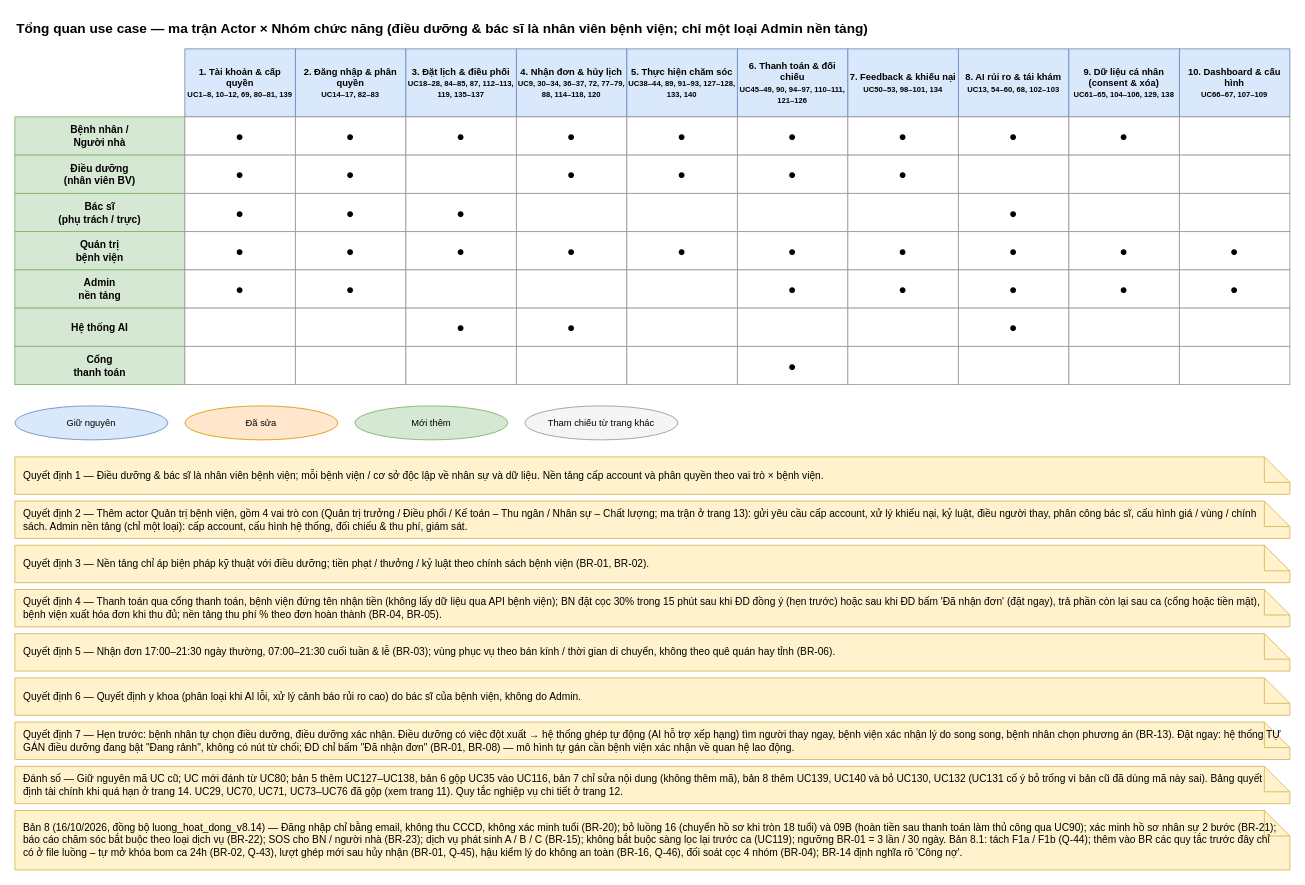
Above: page "0. Tong quan" (1 of 15) of docs/design/use_case_diagram.drawio in NguyenHuuPhuc-Dev21/HealthCareSystem (draw.io), before the change. Source tidied: cells renumbered, new cells numbered last; positions are measured from the earlier drawing's top-left corner, leaving out a move shared by most shapes. Both pictures are drawn from the tidied source at 85%, with x=0, y=0 at pixel (14, 14).
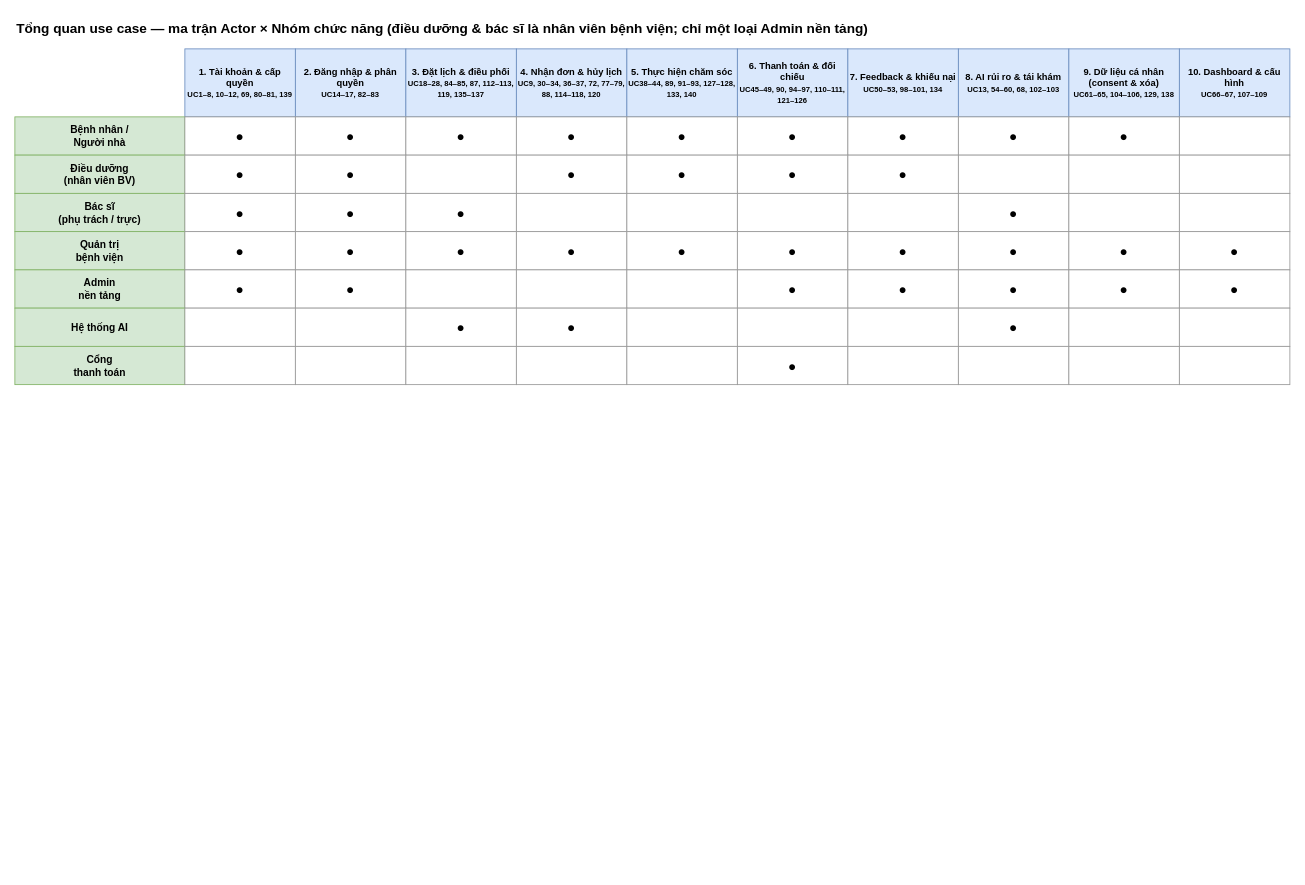
After the change.

Diff of the diagram source:
```diff
@@
-    <mxCell id="90" value="Giữ nguyên" style="ellipse;whiteSpace=wrap;html=1;fillColor=#dae8fc;strokeColor=#6c8ebf;fontSize=11;" parent="1" vertex="1">
-      <mxGeometry y="460" width="180" height="40" as="geometry" />
-    </mxCell>
-    <mxCell id="91" value="Đã sửa" style="ellipse;whiteSpace=wrap;html=1;fillColor=#ffe6cc;strokeColor=#d79b00;fontSize=11;" parent="1" vertex="1">
-      <mxGeometry x="200" y="460" width="180" height="40" as="geometry" />
-    </mxCell>
-    <mxCell id="92" value="Mới thêm" style="ellipse;whiteSpace=wrap;html=1;fillColor=#d5e8d4;strokeColor=#82b366;fontSize=11;" parent="1" vertex="1">
-      <mxGeometry x="400" y="460" width="180" height="40" as="geometry" />
-    </mxCell>
-    <mxCell id="93" value="Tham chiếu từ trang khác" style="ellipse;whiteSpace=wrap;html=1;fillColor=#f5f5f5;strokeColor=#999999;fontSize=11;" parent="1" vertex="1">
-      <mxGeometry x="600" y="460" width="180" height="40" as="geometry" />
-    </mxCell>
-    <mxCell id="94" value="Quyết định 1 — Điều dưỡng &amp; bác sĩ là nhân viên bệnh viện; mỗi bệnh viện / cơ sở độc lập về nhân sự và dữ liệu. Nền tảng cấp account và phân quyền theo vai trò × bệnh viện." style="shape=note;whiteSpace=wrap;html=1;fillColor=#fff2cc;strokeColor=#d6b656;fontSize=12;align=left;spacingLeft=8;spacingRight=8;" parent="1" vertex="1">
-      <mxGeometry y="520" width="1500" height="44" as="geometry" />
-    </mxCell>
-    <mxCell id="95" value="Quyết định 2 — Thêm actor Quản trị bệnh viện, gồm 4 vai trò con (Quản trị trưởng / Điều phối / Kế toán – Thu ngân / Nhân sự – Chất lượng; ma trận ở trang 13): gửi yêu cầu cấp account, xử lý khiếu nại, kỷ luật, điều người thay, phân công bác sĩ, cấu hình giá / vùng / chính sách. Admin nền tảng (chỉ một loại): cấp account, cấu hình hệ thống, đối chiếu &amp; thu phí, giám sát." style="shape=note;whiteSpace=wrap;html=1;fillColor=#fff2cc;strokeColor=#d6b656;fontSize=12;align=left;spacingLeft=8;spacingRight=8;" parent="1" vertex="1">
-      <mxGeometry y="572" width="1500" height="44" as="geometry" />
-    </mxCell>
-    <mxCell id="96" value="Quyết định 3 — Nền tảng chỉ áp biện pháp kỹ thuật với điều dưỡng; tiền phạt / thưởng / kỷ luật theo chính sách bệnh viện (BR-01, BR-02)." style="shape=note;whiteSpace=wrap;html=1;fillColor=#fff2cc;strokeColor=#d6b656;fontSize=12;align=left;spacingLeft=8;spacingRight=8;" parent="1" vertex="1">
-      <mxGeometry y="624" width="1500" height="44" as="geometry" />
-    </mxCell>
-    <mxCell id="97" value="Quyết định 4 — Thanh toán qua cổng thanh toán, bệnh viện đứng tên nhận tiền (không lấy dữ liệu qua API bệnh viện); BN đặt cọc 30% trong 15 phút sau khi ĐD đồng ý (hẹn trước) hoặc sau khi ĐD bấm 'Đã nhận đơn' (đặt ngay), trả phần còn lại sau ca (cổng hoặc tiền mặt), bệnh viện xuất hóa đơn khi thu đủ; nền tảng thu phí % theo đơn hoàn thành (BR-04, BR-05)." style="shape=note;whiteSpace=wrap;html=1;fillColor=#fff2cc;strokeColor=#d6b656;fontSize=12;align=left;spacingLeft=8;spacingRight=8;" parent="1" vertex="1">
-      <mxGeometry y="676" width="1500" height="44" as="geometry" />
-    </mxCell>
-    <mxCell id="98" value="Quyết định 5 — Nhận đơn 17:00–21:30 ngày thường, 07:00–21:30 cuối tuần &amp; lễ (BR-03); vùng phục vụ theo bán kính / thời gian di chuyển, không theo quê quán hay tỉnh (BR-06)." style="shape=note;whiteSpace=wrap;html=1;fillColor=#fff2cc;strokeColor=#d6b656;fontSize=12;align=left;spacingLeft=8;spacingRight=8;" parent="1" vertex="1">
-      <mxGeometry y="728" width="1500" height="44" as="geometry" />
-    </mxCell>
-    <mxCell id="99" value="Quyết định 6 — Quyết định y khoa (phân loại khi AI lỗi, xử lý cảnh báo rủi ro cao) do bác sĩ của bệnh viện, không do Admin." style="shape=note;whiteSpace=wrap;html=1;fillColor=#fff2cc;strokeColor=#d6b656;fontSize=12;align=left;spacingLeft=8;spacingRight=8;" parent="1" vertex="1">
-      <mxGeometry y="780" width="1500" height="44" as="geometry" />
-    </mxCell>
-    <mxCell id="100" value="Quyết định 7 — Hẹn trước: bệnh nhân tự chọn điều dưỡng, điều dưỡng xác nhận. Điều dưỡng có việc đột xuất → hệ thống ghép tự động (AI hỗ trợ xếp hạng) tìm người thay ngay, bệnh viện xác nhận lý do song song, bệnh nhân chọn phương án (BR-13). Đặt ngay: hệ thống TỰ GÁN điều dưỡng đang bật &amp;quot;Đang rảnh&amp;quot;, không có nút từ chối; ĐD chỉ bấm &amp;quot;Đã nhận đơn&amp;quot; (BR-01, BR-08) — mô hình tự gán cần bệnh viện xác nhận về quan hệ lao động." style="shape=note;whiteSpace=wrap;html=1;fillColor=#fff2cc;strokeColor=#d6b656;fontSize=12;align=left;spacingLeft=8;spacingRight=8;" parent="1" vertex="1">
-      <mxGeometry y="832" width="1500" height="44" as="geometry" />
-    </mxCell>
-    <mxCell id="101" value="Đánh số — Giữ nguyên mã UC cũ; UC mới đánh từ UC80; bản 5 thêm UC127–UC138, bản 6 gộp UC35 vào UC116, bản 7 chỉ sửa nội dung (không thêm mã), bản 8 thêm UC139, UC140 và bỏ UC130, UC132 (UC131 cố ý bỏ trống vì bản cũ đã dùng mã này sai). Bảng quyết định tài chính khi quá hạn ở trang 14. UC29, UC70, UC71, UC73–UC76 đã gộp (xem trang 11). Quy tắc nghiệp vụ chi tiết ở trang 12." style="shape=note;whiteSpace=wrap;html=1;fillColor=#fff2cc;strokeColor=#d6b656;fontSize=12;align=left;spacingLeft=8;spacingRight=8;" parent="1" vertex="1">
-      <mxGeometry y="884" width="1500" height="44" as="geometry" />
-    </mxCell>
-    <mxCell id="102" value="Bản 8 (16/10/2026, đồng bộ luong_hoat_dong_v8.14) — Đăng nhập chỉ bằng email, không thu CCCD, không xác minh tuổi (BR-20); bỏ luồng 16 (chuyển hồ sơ khi tròn 18 tuổi) và 09B (hoàn tiền sau thanh toán làm thủ công qua UC90); xác minh hồ sơ nhân sự 2 bước (BR-21); báo cáo chăm sóc bắt buộc theo loại dịch vụ (BR-22); SOS cho BN / người nhà (BR-23); dịch vụ phát sinh A / B / C (BR-15); không bắt buộc sàng lọc lại trước ca (UC119); ngưỡng BR-01 = 3 lần / 30 ngày. Bản 8.1: tách F1a / F1b (Q-44); thêm vào BR các quy tắc trước đây chỉ có ở file luồng – tự mở khóa bom ca 24h (BR-02, Q-43), lượt ghép mới sau hủy nhận (BR-01, Q-45), hậu kiểm lý do không an toàn (BR-16, Q-46), đối soát cọc 4 nhóm (BR-04); BR-14 định nghĩa rõ 'Công nợ'." style="shape=note;whiteSpace=wrap;html=1;fillColor=#fff2cc;strokeColor=#d6b656;fontSize=12;align=left;spacingLeft=8;spacingRight=8;" parent="1" vertex="1">
-      <mxGeometry y="936" width="1500" height="70" as="geometry" />
-    </mxCell>
```
